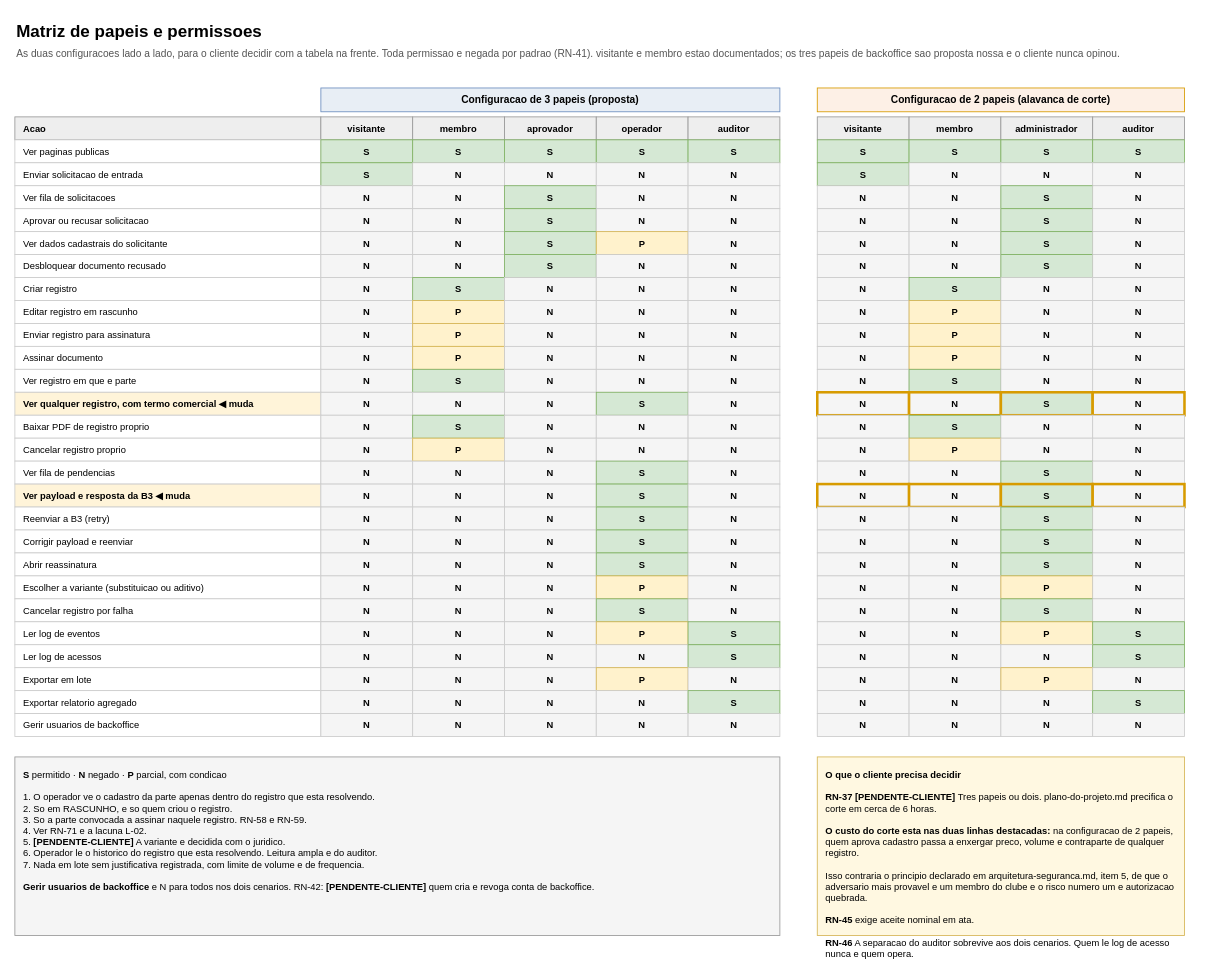
Before: docs/diagramas/05-matriz-papeis.drawio in victornalves/clube-cafe, a draw.io diagram. Source tidied: cells renumbered, new cells numbered last; positions are measured from the earlier drawing's top-left corner, leaving out a move shared by most shapes. Both pictures are drawn from the tidied source at 85%, with x=0, y=0 at pixel (14, 14).
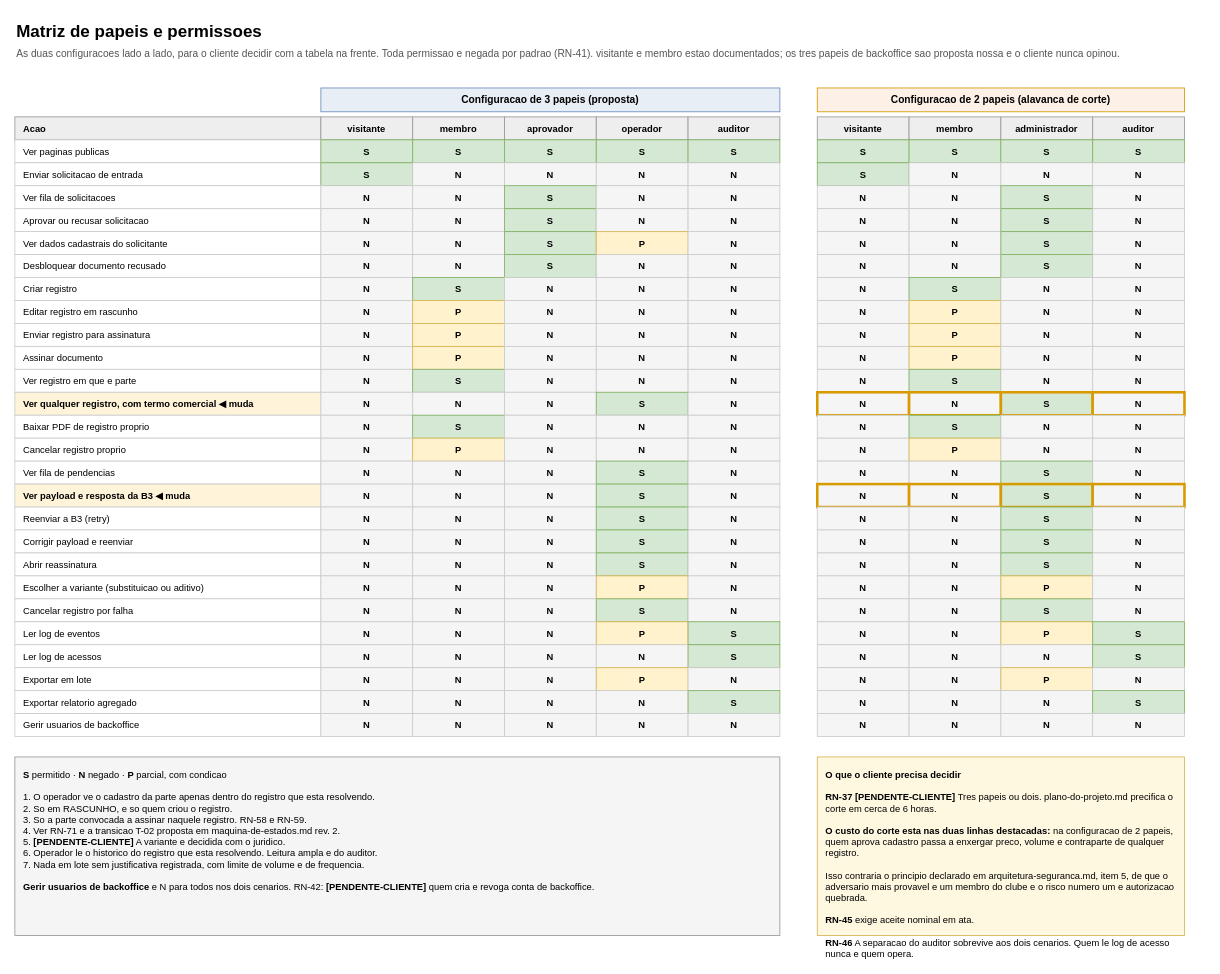
After the change.

The edit, as a diff of the source:
```diff
@@
-    <mxCell id="276" value="&lt;b&gt;S&lt;/b&gt; permitido · &lt;b&gt;N&lt;/b&gt; negado · &lt;b&gt;P&lt;/b&gt; parcial, com condicao&lt;br/&gt;&lt;br/&gt;1. O operador ve o cadastro da parte apenas dentro do registro que esta resolvendo.&lt;br/&gt;2. So em RASCUNHO, e so quem criou o registro.&lt;br/&gt;3. So a parte convocada a assinar naquele registro. RN-58 e RN-59.&lt;br/&gt;4. Ver RN-71 e a lacuna L-02.&lt;br/&gt;5. &lt;b&gt;[PENDENTE-CLIENTE]&lt;/b&gt; A variante e decidida com o juridico.&lt;br/&gt;6. Operador le o historico do registro que esta resolvendo. Leitura ampla e do auditor.&lt;br/&gt;7. Nada em lote sem justificativa registrada, com limite de volume e de frequencia.&lt;br/&gt;&lt;br/&gt;&lt;b&gt;Gerir usuarios de backoffice&lt;/b&gt; e N para todos nos dois cenarios. RN-42: &lt;b&gt;[PENDENTE-CLIENTE]&lt;/b&gt; quem cria e revoga conta de backoffice." style="rounded=0;whiteSpace=wrap;html=1;align=left;verticalAlign=top;fillColor=#f5f5f5;strokeColor=#999999;fontSize=11;spacing=10;" parent="1" vertex="1">
+    <mxCell id="276" value="&lt;b&gt;S&lt;/b&gt; permitido · &lt;b&gt;N&lt;/b&gt; negado · &lt;b&gt;P&lt;/b&gt; parcial, com condicao&lt;br/&gt;&lt;br/&gt;1. O operador ve o cadastro da parte apenas dentro do registro que esta resolvendo.&lt;br/&gt;2. So em RASCUNHO, e so quem criou o registro.&lt;br/&gt;3. So a parte convocada a assinar naquele registro. RN-58 e RN-59.&lt;br/&gt;4. Ver RN-71 e a transicao T-02 proposta em maquina-de-estados.md rev. 2.&lt;br/&gt;5. &lt;b&gt;[PENDENTE-CLIENTE]&lt;/b&gt; A variante e decidida com o juridico.&lt;br/&gt;6. Operador le o historico do registro que esta resolvendo. Leitura ampla e do auditor.&lt;br/&gt;7. Nada em lote sem justificativa registrada, com limite de volume e de frequencia.&lt;br/&gt;&lt;br/&gt;&lt;b&gt;Gerir usuarios de backoffice&lt;/b&gt; e N para todos nos dois cenarios. RN-42: &lt;b&gt;[PENDENTE-CLIENTE]&lt;/b&gt; quem cria e revoga conta de backoffice." style="rounded=0;whiteSpace=wrap;html=1;align=left;verticalAlign=top;fillColor=#f5f5f5;strokeColor=#999999;fontSize=11;spacing=10;" parent="1" vertex="1">
       <mxGeometry y="873" width="900" height="210" as="geometry" />
     </mxCell>
```
